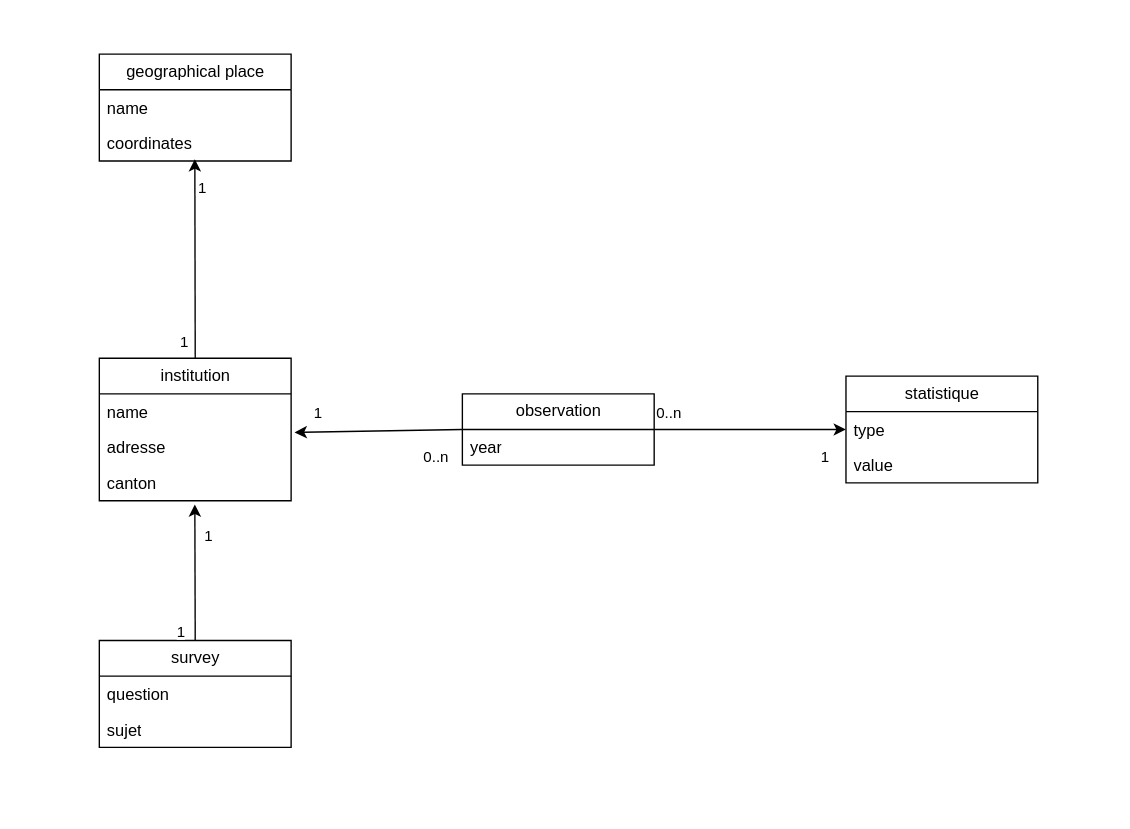
Before: Data/modelisation/diagramme.drawio in Raphix93/Memoire_Master, a draw.io diagram. Source tidied: cells renumbered, new cells numbered last; positions are measured from the earlier drawing's top-left corner, leaving out a move shared by most shapes. Both pictures are drawn from the tidied source at 137%, with x=0, y=0 at pixel (99, 53).
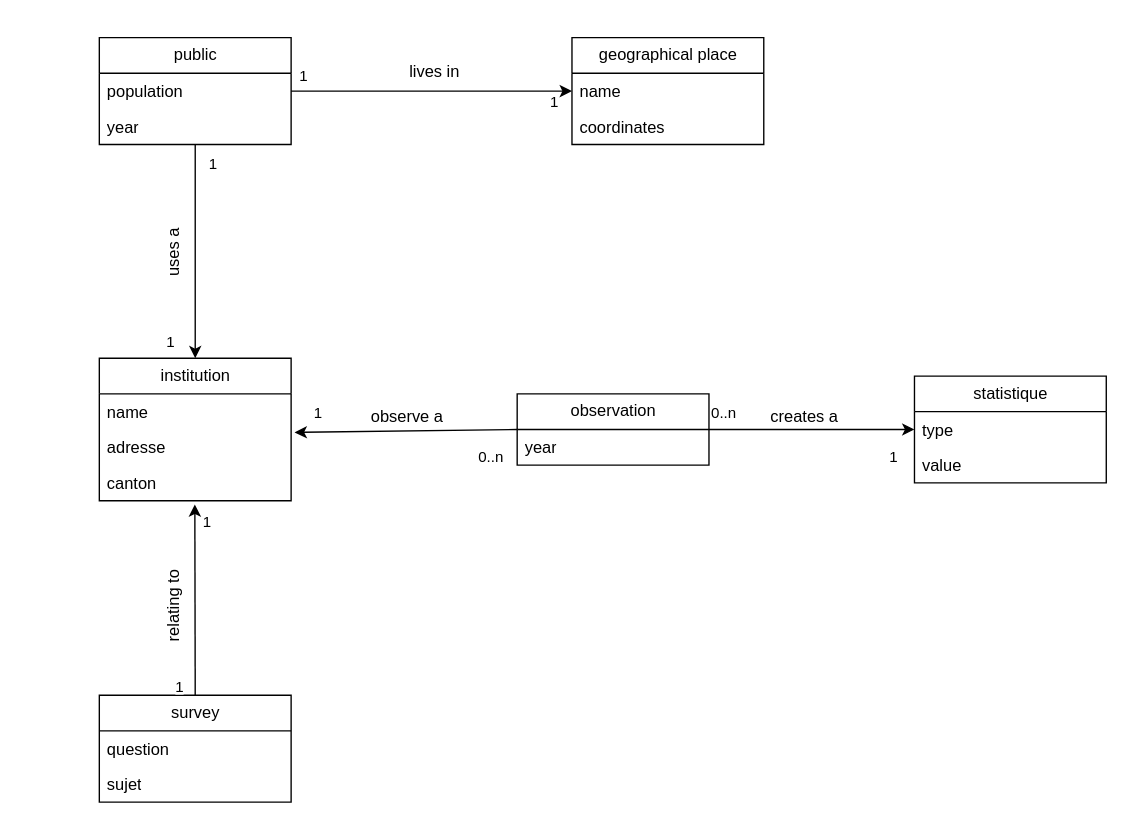
Above is the later version.

The change refers to these unchanged cells:
```xml
<mxCell id="2" value="institution" style="swimlane;fontStyle=0;horizontal=1;startSize=26;fillColor=none;html=1;" parent="1" vertex="1">
  <mxGeometry y="222" width="140" height="104" as="geometry" />
</mxCell>
<mxCell id="14" value="name" style="text;strokeColor=none;fillColor=none;align=left;verticalAlign=top;spacingLeft=4;spacingRight=4;overflow=hidden;points=[[0,0.5],[1,0.5]];portConstraint=eastwest;whiteSpace=wrap;html=1;" parent="13" vertex="1">
  <mxGeometry y="26" width="140" height="26" as="geometry" />
</mxCell>
<mxCell id="15" value="coordinates" style="text;strokeColor=none;fillColor=none;align=left;verticalAlign=top;spacingLeft=4;spacingRight=4;overflow=hidden;points=[[0,0.5],[1,0.5]];portConstraint=eastwest;whiteSpace=wrap;html=1;" parent="13" vertex="1">
  <mxGeometry y="52" width="140" height="26" as="geometry" />
</mxCell>
```

Diff of the diagram source:
```diff
@@
     <mxCell id="7" value="observation" style="swimlane;fontStyle=0;horizontal=1;startSize=26;fillColor=none;html=1;" parent="1" vertex="1">
-      <mxGeometry x="265" y="248" width="140" height="52" as="geometry" />
+      <mxGeometry x="305" y="248" width="140" height="52" as="geometry" />
     </mxCell>
@@
     <mxCell id="9" value="statistique" style="swimlane;fontStyle=0;horizontal=1;startSize=26;fillColor=none;html=1;" parent="1" vertex="1">
-      <mxGeometry x="545" y="235" width="140" height="78" as="geometry" />
+      <mxGeometry x="595" y="235" width="140" height="78" as="geometry" />
     </mxCell>
@@
     <mxCell id="13" value="geographical place" style="swimlane;fontStyle=0;horizontal=1;startSize=26;fillColor=none;html=1;" parent="1" vertex="1">
-      <mxGeometry width="140" height="78" as="geometry" />
+      <mxGeometry x="345" y="-12" width="140" height="78" as="geometry" />
     </mxCell>
@@
-    <mxCell id="16" style="edgeStyle=none;html=1;exitX=0.5;exitY=0;exitDx=0;exitDy=0;entryX=0.498;entryY=0.949;entryDx=0;entryDy=0;entryPerimeter=0;" parent="1" edge="1" source="2" target="15">
-      <mxGeometry relative="1" as="geometry" />
-    </mxCell>
-    <mxCell id="17" value="1" style="edgeLabel;html=1;align=center;verticalAlign=middle;" parent="16" vertex="1">
-      <mxGeometry x="0.56" y="-1" relative="1" as="geometry">
-        <mxPoint x="4" y="-11" as="offset" />
-      </mxGeometry>
-    </mxCell>
     <mxCell id="18" value="survey" style="swimlane;fontStyle=0;horizontal=1;startSize=26;fillColor=none;html=1;" parent="1" vertex="1">
-      <mxGeometry y="428" width="140" height="78" as="geometry" />
+      <mxGeometry y="468" width="140" height="78" as="geometry" />
     </mxCell>
@@
-    <mxCell id="22" value="1" style="edgeLabel;html=1;align=center;verticalAlign=middle;" parent="1" vertex="1">
-      <mxGeometry x="94.8" y="108" as="geometry">
+    <mxCell id="22" value="&lt;span style=&quot;color: rgb(0, 0, 0);&quot;&gt;1&lt;/span&gt;" style="edgeLabel;html=1;align=center;verticalAlign=middle;" parent="1" vertex="1">
+      <mxGeometry x="84.8" y="108" as="geometry">
         <mxPoint x="-33" y="101" as="offset" />
       </mxGeometry>
     </mxCell>
@@
     <mxCell id="24" value="&lt;span style=&quot;color: rgb(0, 0, 0); font-family: Helvetica; font-size: 11px; font-style: normal; font-variant-ligatures: normal; font-variant-caps: normal; font-weight: 400; letter-spacing: normal; orphans: 2; text-align: center; text-indent: 0px; text-transform: none; widows: 2; word-spacing: 0px; -webkit-text-stroke-width: 0px; white-space: nowrap; background-color: rgb(255, 255, 255); text-decoration-thickness: initial; text-decoration-style: initial; text-decoration-color: initial; display: inline !important; float: none;&quot;&gt;1&lt;/span&gt;" style="text;whiteSpace=wrap;html=1;" parent="1" vertex="1">
-      <mxGeometry x="525" y="280" width="20" height="20" as="geometry" />
+      <mxGeometry x="575" y="280" width="20" height="20" as="geometry" />
     </mxCell>
     <mxCell id="25" value="&lt;span style=&quot;color: rgb(0, 0, 0); font-family: Helvetica; font-size: 11px; font-style: normal; font-variant-ligatures: normal; font-variant-caps: normal; font-weight: 400; letter-spacing: normal; orphans: 2; text-align: center; text-indent: 0px; text-transform: none; widows: 2; word-spacing: 0px; -webkit-text-stroke-width: 0px; white-space: nowrap; background-color: rgb(255, 255, 255); text-decoration-thickness: initial; text-decoration-style: initial; text-decoration-color: initial; float: none; display: inline !important;&quot;&gt;0..n&lt;/span&gt;" style="text;whiteSpace=wrap;html=1;" parent="1" vertex="1">
-      <mxGeometry x="235" y="280" width="20" height="20" as="geometry" />
+      <mxGeometry x="275" y="280" width="20" height="20" as="geometry" />
     </mxCell>
     <mxCell id="26" value="&lt;span style=&quot;color: rgb(0, 0, 0); font-family: Helvetica; font-size: 11px; font-style: normal; font-variant-ligatures: normal; font-variant-caps: normal; font-weight: 400; letter-spacing: normal; orphans: 2; text-align: center; text-indent: 0px; text-transform: none; widows: 2; word-spacing: 0px; -webkit-text-stroke-width: 0px; white-space: nowrap; background-color: rgb(255, 255, 255); text-decoration-thickness: initial; text-decoration-style: initial; text-decoration-color: initial; float: none; display: inline !important;&quot;&gt;1&lt;/span&gt;" style="text;whiteSpace=wrap;html=1;" parent="1" vertex="1">
-      <mxGeometry x="54.8" y="408" width="20" height="20" as="geometry" />
+      <mxGeometry x="54.3" y="448" width="20" height="20" as="geometry" />
     </mxCell>
     <mxCell id="27" value="&lt;span style=&quot;color: rgb(0, 0, 0); font-family: Helvetica; font-size: 11px; font-style: normal; font-variant-ligatures: normal; font-variant-caps: normal; font-weight: 400; letter-spacing: normal; orphans: 2; text-align: center; text-indent: 0px; text-transform: none; widows: 2; word-spacing: 0px; -webkit-text-stroke-width: 0px; white-space: nowrap; background-color: rgb(255, 255, 255); text-decoration-thickness: initial; text-decoration-style: initial; text-decoration-color: initial; display: inline !important; float: none;&quot;&gt;1&lt;/span&gt;" style="text;whiteSpace=wrap;html=1;" parent="1" vertex="1">
-      <mxGeometry x="74.8" y="338" width="20" height="20" as="geometry" />
+      <mxGeometry x="74.3" y="328" width="20" height="20" as="geometry" />
     </mxCell>
     <mxCell id="28" value="&lt;span style=&quot;color: rgb(0, 0, 0); font-family: Helvetica; font-size: 11px; font-style: normal; font-variant-ligatures: normal; font-variant-caps: normal; font-weight: 400; letter-spacing: normal; orphans: 2; text-align: center; text-indent: 0px; text-transform: none; widows: 2; word-spacing: 0px; -webkit-text-stroke-width: 0px; white-space: nowrap; background-color: rgb(255, 255, 255); text-decoration-thickness: initial; text-decoration-style: initial; text-decoration-color: initial; float: none; display: inline !important;&quot;&gt;0..n&lt;/span&gt;" style="text;whiteSpace=wrap;html=1;" parent="1" vertex="1">
-      <mxGeometry x="405" y="248" width="20" height="20" as="geometry" />
+      <mxGeometry x="445" y="248" width="20" height="20" as="geometry" />
     </mxCell>
+    <mxCell id="29" style="edgeStyle=none;html=1;entryX=0.5;entryY=0;entryDx=0;entryDy=0;" parent="1" edge="1" source="30" target="2">
+      <mxGeometry relative="1" as="geometry" />
+    </mxCell>
+    <mxCell id="30" value="public" style="swimlane;fontStyle=0;horizontal=1;startSize=26;fillColor=none;html=1;" parent="1" vertex="1">
+      <mxGeometry y="-12" width="140" height="78" as="geometry" />
+    </mxCell>
+    <mxCell id="31" value="population" style="text;strokeColor=none;fillColor=none;align=left;verticalAlign=top;spacingLeft=4;spacingRight=4;overflow=hidden;points=[[0,0.5],[1,0.5]];portConstraint=eastwest;whiteSpace=wrap;html=1;" parent="30" vertex="1">
+      <mxGeometry y="26" width="140" height="26" as="geometry" />
+    </mxCell>
+    <mxCell id="32" value="year" style="text;strokeColor=none;fillColor=none;align=left;verticalAlign=top;spacingLeft=4;spacingRight=4;overflow=hidden;whiteSpace=wrap;html=1;" parent="30" vertex="1">
+      <mxGeometry y="52" width="140" height="26" as="geometry" />
+    </mxCell>
+    <mxCell id="33" value="&lt;span style=&quot;color: rgb(0, 0, 0);&quot;&gt;1&lt;/span&gt;" style="edgeLabel;html=1;align=center;verticalAlign=middle;" parent="1" vertex="1">
+      <mxGeometry x="-55" y="248" as="geometry">
+        <mxPoint x="203" y="-233" as="offset" />
+      </mxGeometry>
+    </mxCell>
+    <mxCell id="17" value="1" style="edgeLabel;html=1;align=center;verticalAlign=middle;" parent="1" vertex="1">
+      <mxGeometry x="94.3" y="98.3" as="geometry">
+        <mxPoint x="237" y="-64" as="offset" />
+      </mxGeometry>
+    </mxCell>
+    <mxCell id="34" style="edgeStyle=none;html=1;entryX=0;entryY=0.5;entryDx=0;entryDy=0;" parent="1" edge="1" source="31" target="14">
+      <mxGeometry relative="1" as="geometry" />
+    </mxCell>
+    <mxCell id="35" value="&lt;span style=&quot;color: rgb(0, 0, 0);&quot;&gt;1&lt;/span&gt;" style="edgeLabel;html=1;align=center;verticalAlign=middle;" parent="1" vertex="1">
+      <mxGeometry x="115" y="-22" as="geometry">
+        <mxPoint x="-33" y="101" as="offset" />
+      </mxGeometry>
+    </mxCell>
+    <mxCell id="36" value="relating to" style="text;html=1;align=center;verticalAlign=middle;whiteSpace=wrap;rounded=0;rotation=270;" parent="1" vertex="1">
+      <mxGeometry x="24.8" y="388" width="60" height="30" as="geometry" />
+    </mxCell>
+    <mxCell id="37" value="lives in" style="text;html=1;align=center;verticalAlign=middle;whiteSpace=wrap;rounded=0;" parent="1" vertex="1">
+      <mxGeometry x="215" y="-2" width="60" height="30" as="geometry" />
+    </mxCell>
+    <mxCell id="38" value="observe a" style="text;html=1;align=center;verticalAlign=middle;whiteSpace=wrap;rounded=0;" parent="1" vertex="1">
+      <mxGeometry x="195" y="250" width="60" height="30" as="geometry" />
+    </mxCell>
+    <mxCell id="39" value="creates a" style="text;html=1;align=center;verticalAlign=middle;whiteSpace=wrap;rounded=0;" parent="1" vertex="1">
+      <mxGeometry x="485" y="250" width="60" height="30" as="geometry" />
+    </mxCell>
+    <mxCell id="40" value="uses a" style="text;html=1;align=center;verticalAlign=middle;whiteSpace=wrap;rounded=0;rotation=270;" parent="1" vertex="1">
+      <mxGeometry x="24.8" y="130" width="60" height="30" as="geometry" />
+    </mxCell>
```
